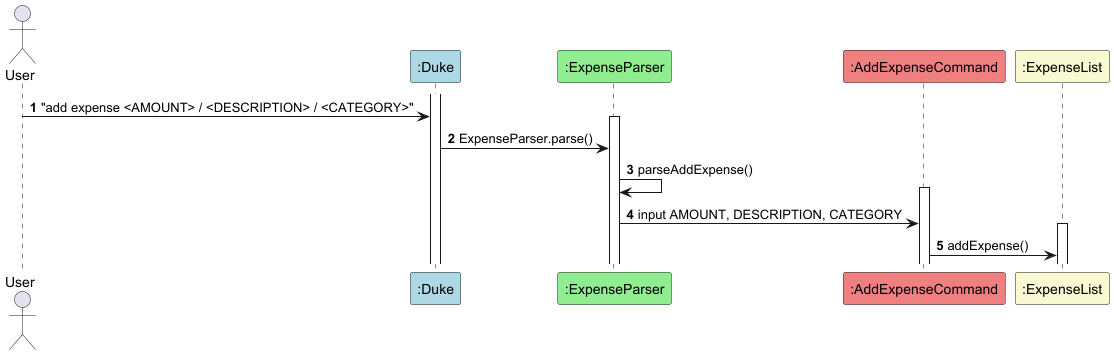
The PlantUML diagram docs/images/AddExpense.png in xiaojielei/tp, before a commit.
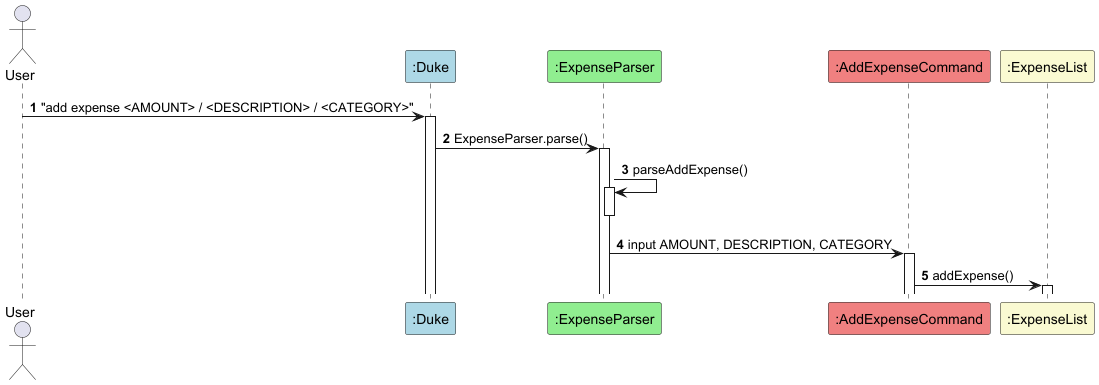
The same diagram one commit later.

The edit, as a diff of the source:
```diff
@@ -6,21 +6,25 @@
 participant ":ExpenseList" as ExpenseList #LightGoldenRodYellow
 autonumber
 
+
+
+User -> Duke: "add expense <AMOUNT> / <DESCRIPTION> / <CATEGORY>"
 activate Duke
-User -> Duke: "add expense <AMOUNT> / <DESCRIPTION> / <CATEGORY>"
+Duke -> ExpenseParser: ExpenseParser.parse()
 activate ExpenseParser
-Duke -> ExpenseParser: ExpenseParser.parse()
 
 
 
 ExpenseParser -> ExpenseParser: parseAddExpense()
+activate ExpenseParser
+deactivate ExpenseParser
 
+
+ExpenseParser -> AddExpenseCommand:input AMOUNT, DESCRIPTION, CATEGORY
 activate AddExpenseCommand
-ExpenseParser -> AddExpenseCommand:input AMOUNT, DESCRIPTION, CATEGORY
 
+AddExpenseCommand -> ExpenseList: addExpense()
 activate ExpenseList
-AddExpenseCommand -> ExpenseList: addExpense()
-
 
 
 
```
